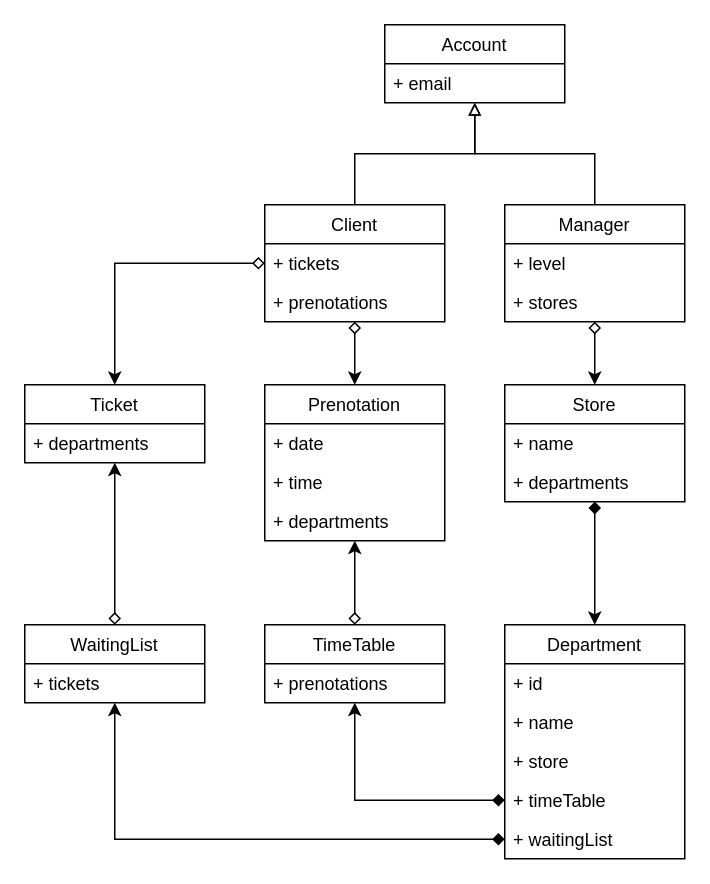
Earlier version of the draw.io diagram RASD/Images/main-class-diag.drawio (imDema/DeMartiniDuico-sw2). Source tidied: cells renumbered, new cells numbered last; positions are measured from the earlier drawing's top-left corner, leaving out a move shared by most shapes. Both pictures are drawn from the tidied source at 150%, with x=0, y=0 at pixel (24, 24).
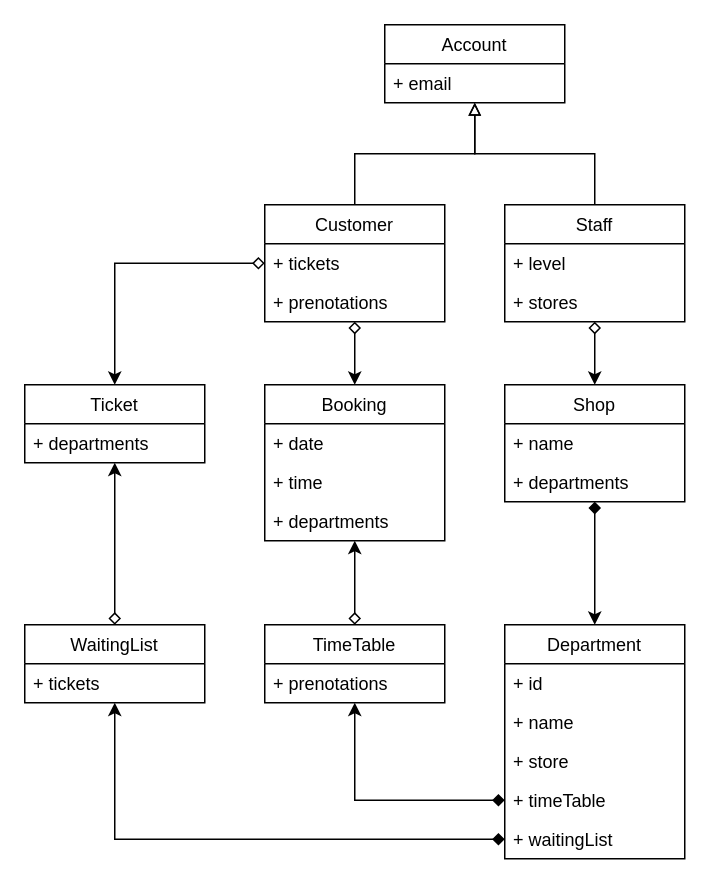
After the change.

What changed in the source:
```diff
@@
-    <mxCell id="2" value="Store" style="swimlane;fontStyle=0;horizontal=1;startSize=26;fillColor=none;" parent="1" vertex="1">
+    <mxCell id="2" value="Shop" style="swimlane;fontStyle=0;horizontal=1;startSize=26;fillColor=none;" parent="1" vertex="1">
       <mxGeometry x="320" y="240" width="120" height="78" as="geometry" />
     </mxCell>
@@
-    <mxCell id="6" value="Manager" style="swimlane;fontStyle=0;horizontal=1;startSize=26;fillColor=none;" parent="1" vertex="1">
+    <mxCell id="6" value="Staff" style="swimlane;fontStyle=0;horizontal=1;startSize=26;fillColor=none;" parent="1" vertex="1">
       <mxGeometry x="320" y="120" width="120" height="78" as="geometry" />
     </mxCell>
@@
-    <mxCell id="9" value="Client" style="swimlane;fontStyle=0;horizontal=1;startSize=26;fillColor=none;" parent="1" vertex="1">
+    <mxCell id="9" value="Customer" style="swimlane;fontStyle=0;horizontal=1;startSize=26;fillColor=none;" parent="1" vertex="1">
       <mxGeometry x="160" y="120" width="120" height="78" as="geometry" />
     </mxCell>
@@
-    <mxCell id="17" value="Prenotation" style="swimlane;fontStyle=0;horizontal=1;startSize=26;fillColor=none;" parent="1" vertex="1">
+    <mxCell id="17" value="Booking" style="swimlane;fontStyle=0;horizontal=1;startSize=26;fillColor=none;" parent="1" vertex="1">
       <mxGeometry x="160" y="240" width="120" height="104" as="geometry" />
     </mxCell>
```
